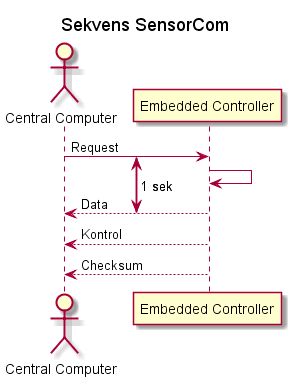
Solvgraa-mager/E4PRJ4 keeps this PlantUML diagram as Strukturering/Sensor/Timingsdiagram/timingSekvensDiagram/Sekvens SensorCom.png. Above is the earlier version.
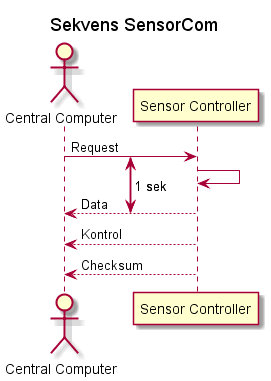
Above is the later version.

Commit message:
Sensorenhed terminologi ændret og sekvens tilfojet

Diff of the diagram source:
```diff
@@ -4,13 +4,13 @@
 title "Sekvens SensorCom"
 
 actor "Central Computer" as CC
-participant "Embedded Controller" as EC
+participant "Sensor Controller" as SC
 
-{start_com} CC -> EC : Request
-EC -> EC :
-{end_com} EC-->CC : Data
-EC-->CC:Kontrol
-EC --> CC: Checksum
+{start_com} CC -> SC : Request
+SC -> SC :
+{end_com} SC-->CC : Data
+SC-->CC:Kontrol
+SC --> CC: Checksum
 
 {start_com} <-> {end_com}: 1 sek
 
```
